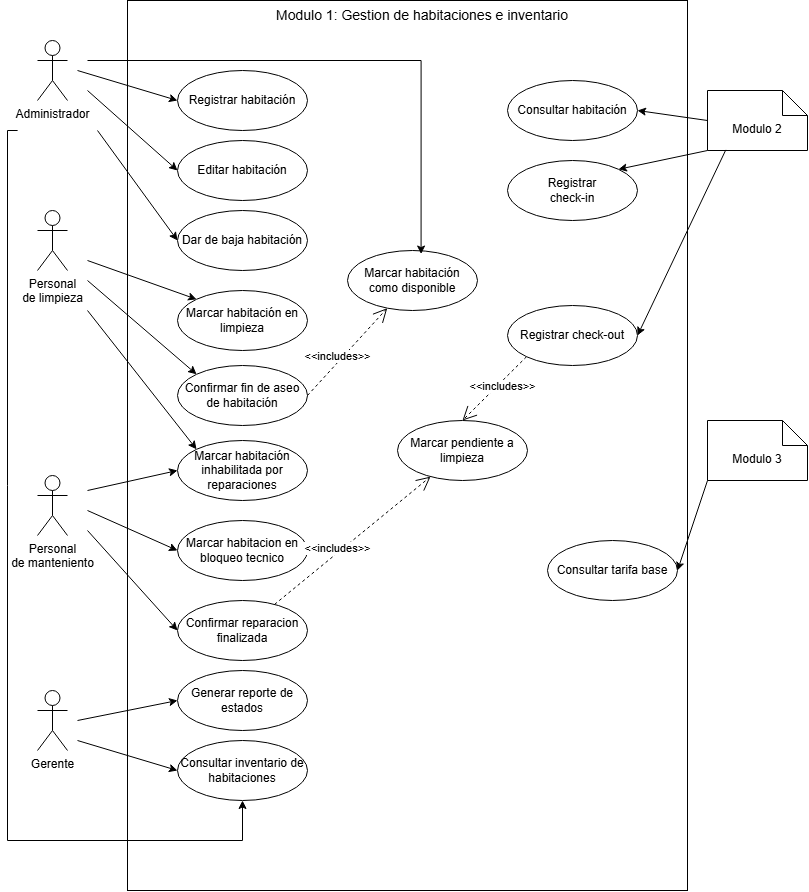
Earlier version of the draw.io export documentos/diagramas/cdu-modulo-1.png (MirianMarriaga/hospitua-module-1). Source tidied: cells renumbered, new cells last; positions are measured from the earlier drawing's top-left corner, leaving out a move shared by most shapes.
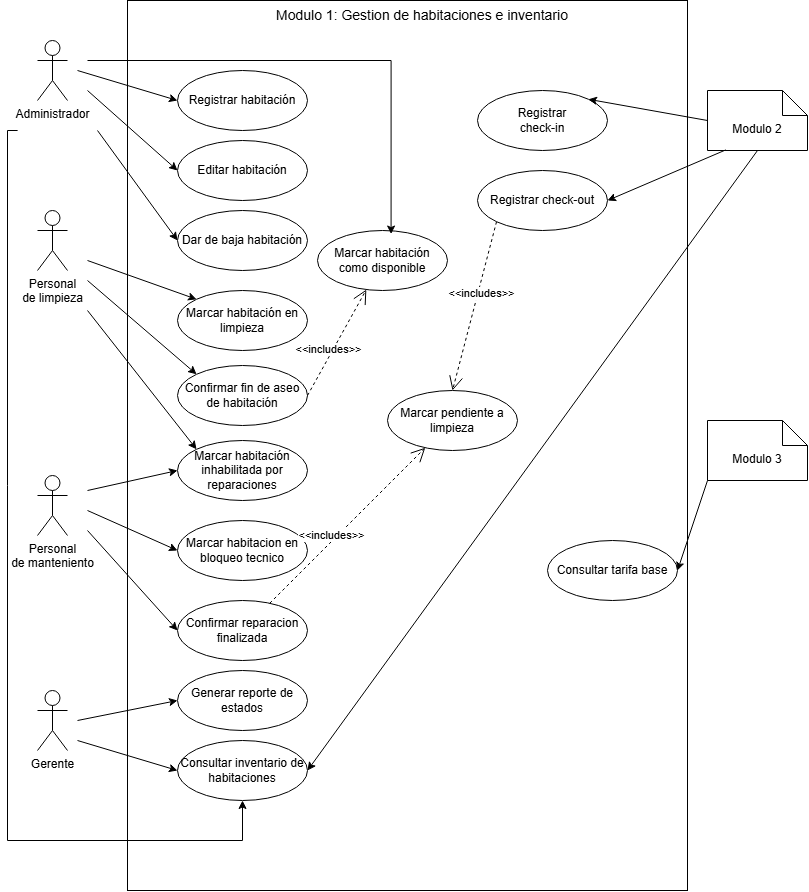
After the change.

Commit message:
docs: Modificar casos de uso

What changed in the source:
```diff
@@ -74,10 +74,7 @@
         <mxPoint x="125" y="490" as="sourcePoint" />
       </mxGeometry>
     </mxCell>
-    <mxCell id="22" value="Consultar habitación" style="ellipse;whiteSpace=wrap;html=1;" parent="1" vertex="1">
-      <mxGeometry x="545" y="80" width="130" height="60" as="geometry" />
-    </mxCell>
-    <mxCell id="23" style="endArrow=classic;html=1;rounded=0;endFill=1;entryX=1;entryY=0.5;entryDx=0;entryDy=0;exitX=0;exitY=0.5;exitDx=0;exitDy=0;exitPerimeter=0;" parent="1" edge="1" source="7" target="22">
+    <mxCell id="23" style="endArrow=classic;html=1;rounded=0;endFill=1;exitX=0.5;exitY=1;exitDx=0;exitDy=0;exitPerimeter=0;entryX=1;entryY=0.5;entryDx=0;entryDy=0;" parent="1" edge="1" source="7" target="28">
       <mxGeometry relative="1" as="geometry" />
     </mxCell>
     <mxCell id="24" value="Confirmar reparacion finalizada" style="ellipse;whiteSpace=wrap;html=1;" parent="1" vertex="1">
@@ -103,12 +100,12 @@
       </mxGeometry>
     </mxCell>
     <mxCell id="30" value="Registrar&lt;div&gt;check-in&lt;/div&gt;" style="ellipse;whiteSpace=wrap;html=1;" parent="1" vertex="1">
-      <mxGeometry x="545" y="160" width="130" height="60" as="geometry" />
+      <mxGeometry x="515" y="90" width="130" height="60" as="geometry" />
     </mxCell>
     <mxCell id="31" value="Registrar check-out" style="ellipse;whiteSpace=wrap;html=1;" parent="1" vertex="1">
-      <mxGeometry x="545" y="305" width="130" height="60" as="geometry" />
+      <mxGeometry x="515" y="170" width="130" height="60" as="geometry" />
     </mxCell>
-    <mxCell id="32" style="endArrow=classic;html=1;rounded=0;endFill=1;entryX=1;entryY=0;entryDx=0;entryDy=0;exitX=0;exitY=1;exitDx=0;exitDy=0;exitPerimeter=0;" parent="1" edge="1" source="7" target="30">
+    <mxCell id="32" style="endArrow=classic;html=1;rounded=0;endFill=1;entryX=1;entryY=0;entryDx=0;entryDy=0;exitX=0;exitY=0.5;exitDx=0;exitDy=0;exitPerimeter=0;" parent="1" edge="1" source="7" target="30">
       <mxGeometry relative="1" as="geometry" />
     </mxCell>
     <mxCell id="33" style="endArrow=classic;html=1;rounded=0;endFill=1;entryX=1;entryY=0.5;entryDx=0;entryDy=0;exitX=0.183;exitY=0.99;exitDx=0;exitDy=0;exitPerimeter=0;" parent="1" edge="1" source="7" target="31">
@@ -131,7 +128,7 @@
       </mxGeometry>
     </mxCell>
     <mxCell id="38" value="Marcar habitación&lt;div&gt;como disponible&lt;/div&gt;" style="ellipse;whiteSpace=wrap;html=1;" parent="1" vertex="1">
-      <mxGeometry x="385" y="250" width="130" height="60" as="geometry" />
+      <mxGeometry x="355" y="230" width="130" height="60" as="geometry" />
     </mxCell>
     <mxCell id="39" value="&amp;lt;&amp;lt;includes&amp;gt;&amp;gt;" style="endArrow=open;endSize=12;dashed=1;html=1;rounded=0;exitX=1;exitY=0.5;exitDx=0;exitDy=0;" parent="1" edge="1" source="18" target="38">
       <mxGeometry x="-0.17" y="4" relative="1" as="geometry" />
@@ -157,7 +154,7 @@
       </mxGeometry>
     </mxCell>
     <mxCell id="43" value="Marcar pendiente a limpieza" style="ellipse;whiteSpace=wrap;html=1;" parent="1" vertex="1">
-      <mxGeometry x="435" y="420" width="130" height="60" as="geometry" />
+      <mxGeometry x="425" y="390" width="130" height="60" as="geometry" />
     </mxCell>
     <mxCell id="44" value="&amp;lt;&amp;lt;includes&amp;gt;&amp;gt;" style="endArrow=open;endSize=12;dashed=1;html=1;rounded=0;" parent="1" edge="1" source="24" target="43">
       <mxGeometry x="-0.17" y="4" relative="1" as="geometry" />
```
